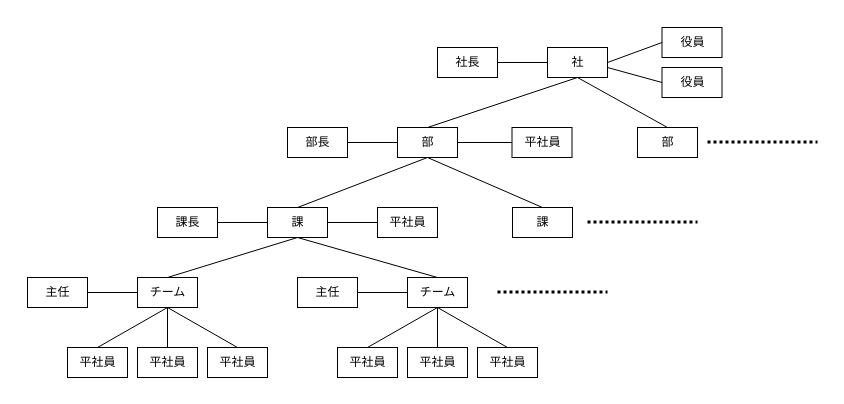
Before: page "オブジェクト図" (1 of 4) of Designs/組織構成設計/organization_design.drawio in bosssanovar/LightMvvmSample, a draw.io diagram. Source tidied: cells renumbered, new cells numbered last; positions are measured from the earlier drawing's top-left corner, leaving out a move shared by most shapes. Both pictures are drawn from the tidied source at 100%, with x=0, y=0 at pixel (17, 17).
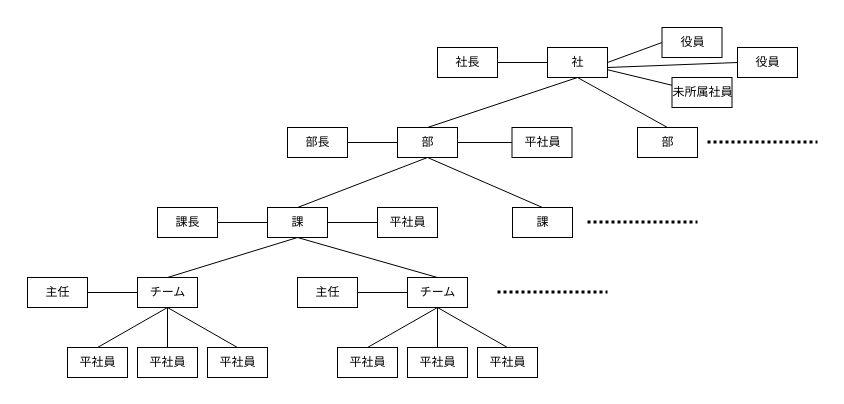
The same diagram, later.

Unchanged cells that the change refers to:
```xml
<mxCell id="27" value="社" style="html=1;" parent="1" vertex="1">
  <mxGeometry x="530" y="30" width="60" height="30" as="geometry" />
</mxCell>
```

Change to the diagram source:
```diff
@@
     <mxCell id="32" value="役員" style="html=1;" parent="1" vertex="1">
-      <mxGeometry x="644.5" y="50" width="60" height="30" as="geometry" />
+      <mxGeometry x="720" y="30" width="60" height="30" as="geometry" />
     </mxCell>
@@
+    <mxCell id="49" value="未所属社員" style="html=1;" parent="1" vertex="1">
+      <mxGeometry x="654.5" y="60" width="60" height="30" as="geometry" />
+    </mxCell>
+    <mxCell id="50" style="edgeStyle=none;jumpSize=10;html=1;strokeWidth=1;endArrow=none;endFill=0;" parent="1" edge="1" source="27" target="49">
+      <mxGeometry relative="1" as="geometry" />
+    </mxCell>
```
